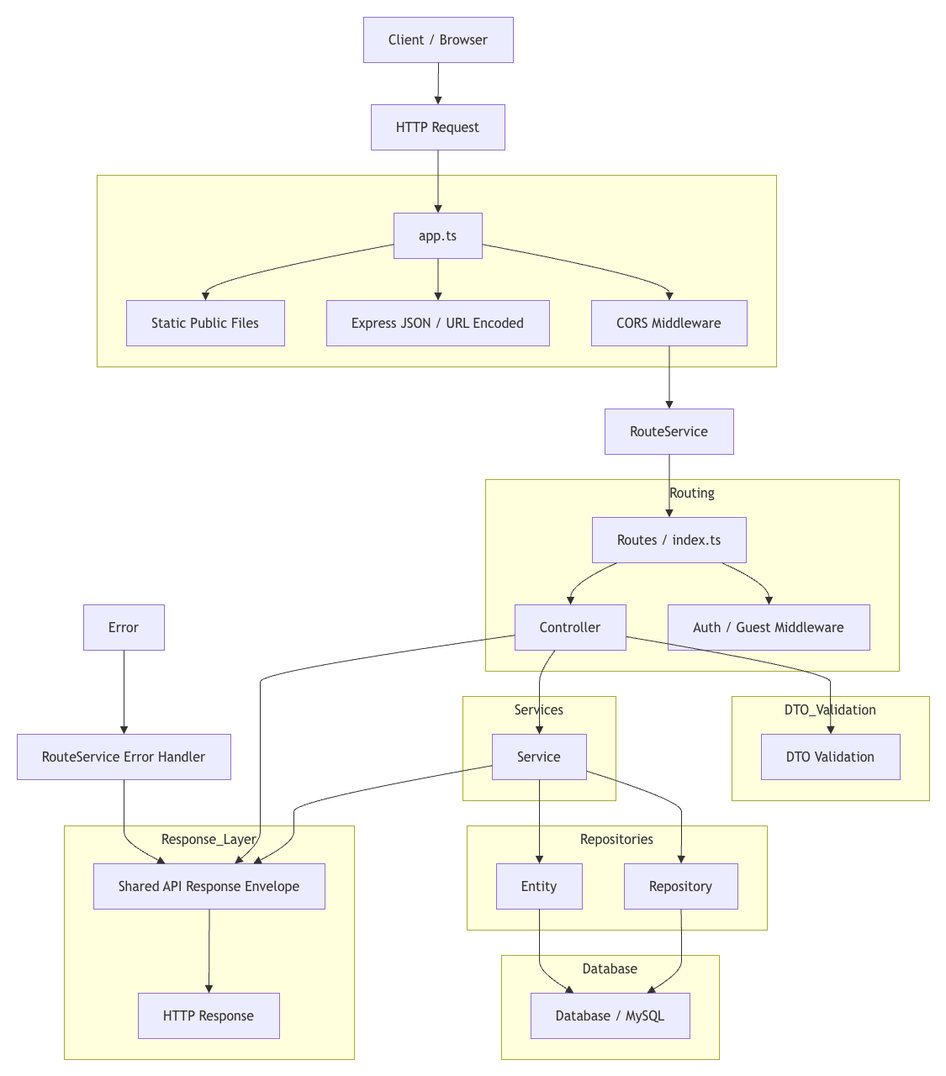
Before: src/public/Smart Locker Backend Structure.drawio.png, a diagram exported from draw.io (lejiend7/locker-backend). Source tidied: cells renumbered, new cells last; positions are measured from the earlier drawing's top-left corner, leaving out a move shared by most shapes.
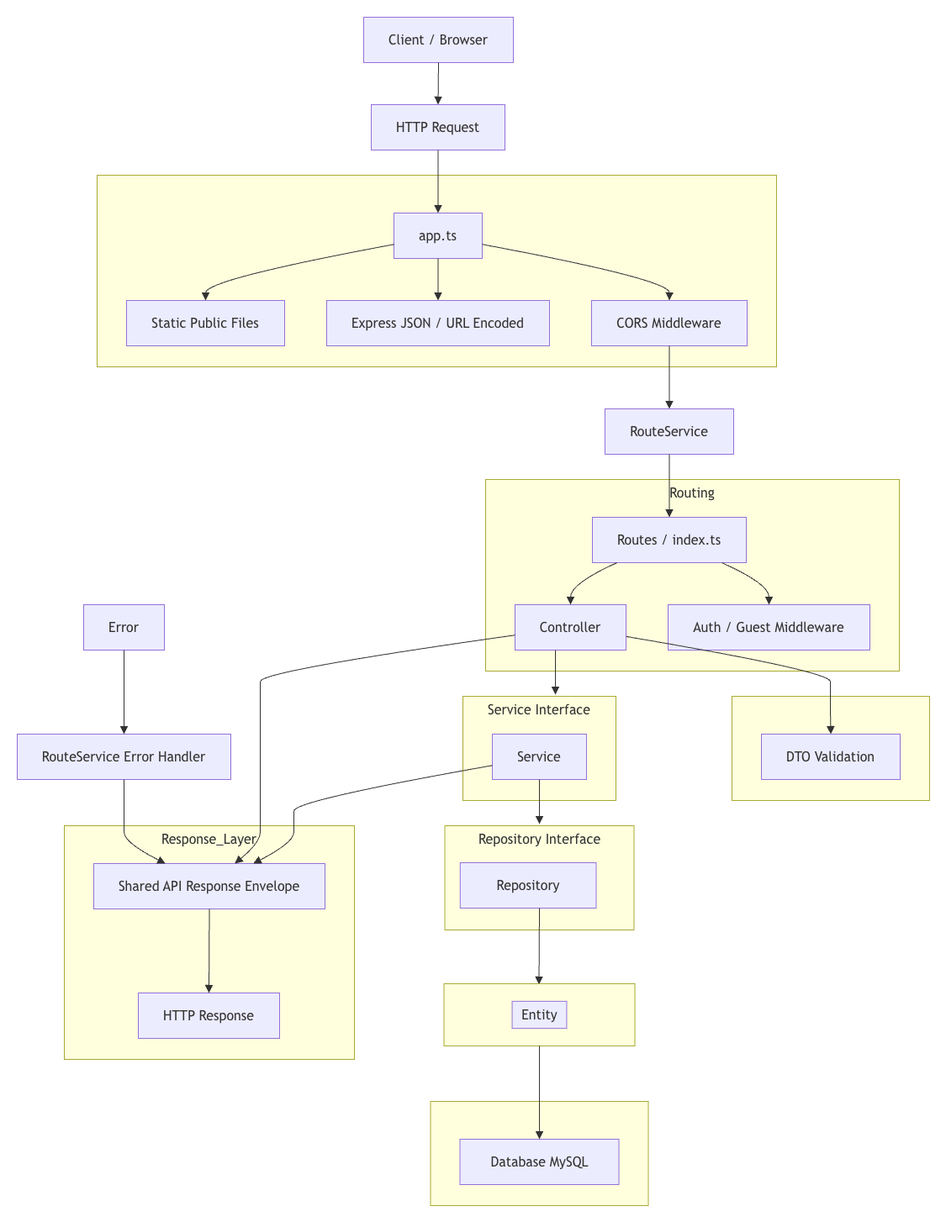
Later version of the same file.

The edit, as a diff of the source:
```diff
@@ -3,7 +3,7 @@
     <mxCell id="0" />
     <mxCell id="1" parent="0" />
     <mxCell id="2" style="group;transparentBounds=1;editIcon=1;lockedGroup=0;groupPadding=20;" parent="1" vertex="1">
-      <mxGeometry as="geometry" />
+      <mxGeometry width="820" height="1284" as="geometry" />
     </mxCell>
     <mxCell id="3" style="html=1;whiteSpace=wrap;strokeWidth=1;verticalAlign=top;fillColor=light-dark(#ffffde,#1f2020);strokeColor=light-dark(#aaaa33,#cccccc);fontColor=light-dark(#333333,#cccccc);fontFamily=Trebuchet MS,Verdana,Arial,sans-serif;fontSize=16;" parent="2" vertex="1">
       <mxGeometry x="135" y="228" width="808" height="228" as="geometry" />
@@ -63,31 +63,43 @@
         </Array>
       </mxGeometry>
     </mxCell>
+    <mxCell id="49" style="curved=1;startArrow=none;endArrow=block;endSize=7;strokeColor=light-dark(#333333,#cccccc);exitX=0.5;exitY=1;rounded=0;" parent="11" edge="1">
+      <mxGeometry relative="1" as="geometry">
+        <mxPoint x="83" y="203" as="sourcePoint" />
+        <mxPoint x="83" y="256" as="targetPoint" />
+      </mxGeometry>
+    </mxCell>
-    <mxCell id="17" value="DTO_Validation" style="html=1;whiteSpace=wrap;strokeWidth=1;verticalAlign=top;fillColor=light-dark(#ffffde,#1f2020);strokeColor=light-dark(#aaaa33,#cccccc);fontColor=light-dark(#333333,#cccccc);fontFamily=Trebuchet MS,Verdana,Arial,sans-serif;fontSize=16;" parent="2" vertex="1">
+    <mxCell id="17" style="html=1;whiteSpace=wrap;strokeWidth=1;verticalAlign=top;fillColor=light-dark(#ffffde,#1f2020);strokeColor=light-dark(#aaaa33,#cccccc);fontColor=light-dark(#333333,#cccccc);fontFamily=Trebuchet MS,Verdana,Arial,sans-serif;fontSize=16;" parent="2" vertex="1">
       <mxGeometry x="890" y="848" width="235" height="124" as="geometry" />
     </mxCell>
     <mxCell id="18" value="DTO Validation" style="html=1;whiteSpace=wrap;strokeWidth=1;fillColor=light-dark(#ECECFF,#1f2020);strokeColor=light-dark(#9370DB,#cccccc);fontColor=light-dark(#333333,#cccccc);fontFamily=Trebuchet MS,Verdana,Arial,sans-serif;fontSize=16;" parent="17" vertex="1">
       <mxGeometry x="35" y="45" width="165" height="54" as="geometry" />
     </mxCell>
-    <mxCell id="19" value="Services" style="html=1;whiteSpace=wrap;strokeWidth=1;verticalAlign=top;fillColor=light-dark(#ffffde,#1f2020);strokeColor=light-dark(#aaaa33,#cccccc);fontColor=light-dark(#333333,#cccccc);fontFamily=Trebuchet MS,Verdana,Arial,sans-serif;fontSize=16;" parent="2" vertex="1">
+    <mxCell id="19" value="Service Interface" style="html=1;whiteSpace=wrap;strokeWidth=1;verticalAlign=top;fillColor=light-dark(#ffffde,#1f2020);strokeColor=light-dark(#aaaa33,#cccccc);fontColor=light-dark(#333333,#cccccc);fontFamily=Trebuchet MS,Verdana,Arial,sans-serif;fontSize=16;" parent="2" vertex="1">
       <mxGeometry x="570" y="848" width="182" height="124" as="geometry" />
     </mxCell>
     <mxCell id="20" value="Service" style="html=1;whiteSpace=wrap;strokeWidth=1;fillColor=light-dark(#ECECFF,#1f2020);strokeColor=light-dark(#9370DB,#cccccc);fontColor=light-dark(#333333,#cccccc);fontFamily=Trebuchet MS,Verdana,Arial,sans-serif;fontSize=16;" parent="19" vertex="1">
       <mxGeometry x="35" y="45" width="112" height="54" as="geometry" />
     </mxCell>
-    <mxCell id="21" value="Repositories" style="html=1;whiteSpace=wrap;strokeWidth=1;verticalAlign=top;fillColor=light-dark(#ffffde,#1f2020);strokeColor=light-dark(#aaaa33,#cccccc);fontColor=light-dark(#333333,#cccccc);fontFamily=Trebuchet MS,Verdana,Arial,sans-serif;fontSize=16;" parent="2" vertex="1">
-      <mxGeometry x="575" y="1002" width="357" height="124" as="geometry" />
+    <mxCell id="21" value="Repository Interface" style="html=1;whiteSpace=wrap;strokeWidth=1;verticalAlign=top;fillColor=light-dark(#ffffde,#1f2020);strokeColor=light-dark(#aaaa33,#cccccc);fontColor=light-dark(#333333,#cccccc);fontFamily=Trebuchet MS,Verdana,Arial,sans-serif;fontSize=16;" parent="2" vertex="1">
+      <mxGeometry x="548.5" y="1002" width="225" height="124" as="geometry" />
     </mxCell>
     <mxCell id="22" value="Repository" style="html=1;whiteSpace=wrap;strokeWidth=1;fillColor=light-dark(#ECECFF,#1f2020);strokeColor=light-dark(#9370DB,#cccccc);fontColor=light-dark(#333333,#cccccc);fontFamily=Trebuchet MS,Verdana,Arial,sans-serif;fontSize=16;" parent="21" vertex="1">
-      <mxGeometry x="187" y="45" width="135" height="54" as="geometry" />
+      <mxGeometry x="18.3" y="44" width="161.7" height="54" as="geometry" />
     </mxCell>
-    <mxCell id="23" value="Entity" style="html=1;whiteSpace=wrap;strokeWidth=1;fillColor=light-dark(#ECECFF,#1f2020);strokeColor=light-dark(#9370DB,#cccccc);fontColor=light-dark(#333333,#cccccc);fontFamily=Trebuchet MS,Verdana,Arial,sans-serif;fontSize=16;" parent="21" vertex="1">
-      <mxGeometry x="35" y="45" width="102" height="54" as="geometry" />
-    </mxCell>
+    <mxCell id="50" style="curved=1;startArrow=none;endArrow=block;endSize=7;strokeColor=light-dark(#333333,#cccccc);entryX=0.5;entryY=0;rounded=0;" parent="21" edge="1">
+      <mxGeometry relative="1" as="geometry">
+        <mxPoint x="112.5" y="98" as="sourcePoint" />
+        <mxPoint x="112" y="189" as="targetPoint" />
+      </mxGeometry>
+    </mxCell>
+    <mxCell id="51" style="edgeStyle=orthogonalEdgeStyle;rounded=0;jettySize=auto;html=1;" parent="2" edge="1" source="24" target="23">
+      <mxGeometry relative="1" as="geometry" />
+    </mxCell>
-    <mxCell id="24" value="Database" style="html=1;whiteSpace=wrap;strokeWidth=1;verticalAlign=top;fillColor=light-dark(#ffffde,#1f2020);strokeColor=light-dark(#aaaa33,#cccccc);fontColor=light-dark(#333333,#cccccc);fontFamily=Trebuchet MS,Verdana,Arial,sans-serif;fontSize=16;" parent="2" vertex="1">
-      <mxGeometry x="616" y="1156" width="259" height="124" as="geometry" />
+    <mxCell id="24" style="html=1;whiteSpace=wrap;strokeWidth=1;verticalAlign=top;fillColor=light-dark(#ffffde,#1f2020);strokeColor=light-dark(#aaaa33,#cccccc);fontColor=light-dark(#333333,#cccccc);fontFamily=Trebuchet MS,Verdana,Arial,sans-serif;fontSize=16;" parent="2" vertex="1">
+      <mxGeometry x="531.5" y="1330" width="259" height="124" as="geometry" />
     </mxCell>
-    <mxCell id="25" value="Database / MySQL" style="html=1;whiteSpace=wrap;strokeWidth=1;fillColor=light-dark(#ECECFF,#1f2020);strokeColor=light-dark(#9370DB,#cccccc);fontColor=light-dark(#333333,#cccccc);fontFamily=Trebuchet MS,Verdana,Arial,sans-serif;fontSize=16;" parent="24" vertex="1">
+    <mxCell id="25" value="Database MySQL" style="html=1;whiteSpace=wrap;strokeWidth=1;fillColor=light-dark(#ECECFF,#1f2020);strokeColor=light-dark(#9370DB,#cccccc);fontColor=light-dark(#333333,#cccccc);fontFamily=Trebuchet MS,Verdana,Arial,sans-serif;fontSize=16;" parent="24" vertex="1">
       <mxGeometry x="35" y="45" width="189" height="54" as="geometry" />
     </mxCell>
     <mxCell id="26" value="Response_Layer" style="html=1;whiteSpace=wrap;strokeWidth=1;verticalAlign=top;fillColor=light-dark(#ffffde,#1f2020);strokeColor=light-dark(#aaaa33,#cccccc);fontColor=light-dark(#333333,#cccccc);fontFamily=Trebuchet MS,Verdana,Arial,sans-serif;fontSize=16;" parent="2" vertex="1">
@@ -138,45 +150,11 @@
         </Array>
       </mxGeometry>
     </mxCell>
-    <mxCell id="40" style="curved=1;startArrow=none;endArrow=block;endSize=7;strokeColor=light-dark(#333333,#cccccc);exitX=0.36;exitY=1;entryX=0.5;entryY=0;rounded=0;" parent="2" edge="1" source="14" target="20">
-      <mxGeometry relative="1" as="geometry">
-        <Array as="points">
-          <mxPoint x="661" y="818" />
-          <mxPoint x="661" y="843" />
-          <mxPoint x="661" y="868" />
-        </Array>
-      </mxGeometry>
-    </mxCell>
-    <mxCell id="41" style="curved=1;startArrow=none;endArrow=block;endSize=7;strokeColor=light-dark(#333333,#cccccc);exitX=1;exitY=0.81;entryX=0.5;entryY=0;rounded=0;" parent="2" edge="1" source="20" target="22">
-      <mxGeometry relative="1" as="geometry">
-        <Array as="points">
-          <mxPoint x="830" y="972" />
-          <mxPoint x="830" y="997" />
-          <mxPoint x="830" y="1022" />
-        </Array>
-      </mxGeometry>
-    </mxCell>
-    <mxCell id="42" style="curved=1;startArrow=none;endArrow=block;endSize=7;strokeColor=light-dark(#333333,#cccccc);exitX=0.5;exitY=1;entryX=0.5;entryY=0;rounded=0;" parent="2" edge="1" source="20" target="23">
-      <mxGeometry relative="1" as="geometry" />
+    <mxCell id="42" style="curved=1;startArrow=none;endArrow=block;endSize=7;strokeColor=light-dark(#333333,#cccccc);exitX=0.5;exitY=1;rounded=0;" parent="2" edge="1" source="20">
+      <mxGeometry relative="1" as="geometry">
+        <mxPoint x="661" y="1000" as="targetPoint" />
+      </mxGeometry>
     </mxCell>
-    <mxCell id="43" style="curved=1;startArrow=none;endArrow=block;endSize=7;strokeColor=light-dark(#333333,#cccccc);exitX=0.5;exitY=1;entryX=0.73;entryY=0;rounded=0;" parent="2" edge="1" source="22" target="25">
-      <mxGeometry relative="1" as="geometry">
-        <Array as="points">
-          <mxPoint x="830" y="1126" />
-          <mxPoint x="830" y="1151" />
-          <mxPoint x="830" y="1176" />
-        </Array>
-      </mxGeometry>
-    </mxCell>
-    <mxCell id="44" style="curved=1;startArrow=none;endArrow=block;endSize=7;strokeColor=light-dark(#333333,#cccccc);exitX=0.5;exitY=1;entryX=0.27;entryY=0;rounded=0;" parent="2" edge="1" source="23" target="25">
-      <mxGeometry relative="1" as="geometry">
-        <Array as="points">
-          <mxPoint x="661" y="1126" />
-          <mxPoint x="661" y="1151" />
-          <mxPoint x="661" y="1176" />
-        </Array>
-      </mxGeometry>
-    </mxCell>
     <mxCell id="45" style="curved=1;startArrow=none;endArrow=block;endSize=7;strokeColor=light-dark(#333333,#cccccc);exitX=0;exitY=0.69;entryX=0.69;entryY=0;rounded=0;" parent="2" edge="1" source="20" target="27">
       <mxGeometry relative="1" as="geometry">
         <Array as="points">
@@ -211,5 +189,16 @@
         </Array>
       </mxGeometry>
     </mxCell>
+    <mxCell id="52" style="html=1;whiteSpace=wrap;strokeWidth=1;verticalAlign=top;fillColor=light-dark(#ffffde,#1f2020);strokeColor=light-dark(#aaaa33,#cccccc);fontColor=light-dark(#333333,#cccccc);fontFamily=Trebuchet MS,Verdana,Arial,sans-serif;fontSize=16;" parent="2" vertex="1">
+      <mxGeometry x="547.5" y="1190" width="227" height="74" as="geometry" />
+    </mxCell>
+    <mxCell id="23" value="Entity" style="html=1;whiteSpace=wrap;strokeWidth=1;fillColor=light-dark(#ECECFF,#1f2020);strokeColor=light-dark(#9370DB,#cccccc);fontColor=light-dark(#333333,#cccccc);fontFamily=Trebuchet MS,Verdana,Arial,sans-serif;fontSize=16;" parent="52" vertex="1">
+      <mxGeometry x="81.1" y="20.9" width="64.9" height="32.2" as="geometry" />
+    </mxCell>
+    <mxCell id="53" style="curved=1;startArrow=none;endArrow=block;endSize=7;strokeColor=light-dark(#333333,#cccccc);entryX=0.5;entryY=0;rounded=0;entryDx=0;entryDy=0;" parent="2" edge="1" target="25">
+      <mxGeometry relative="1" as="geometry">
+        <mxPoint x="661" y="1264" as="sourcePoint" />
+      </mxGeometry>
+    </mxCell>
   </root>
 </mxGraphModel>
```
